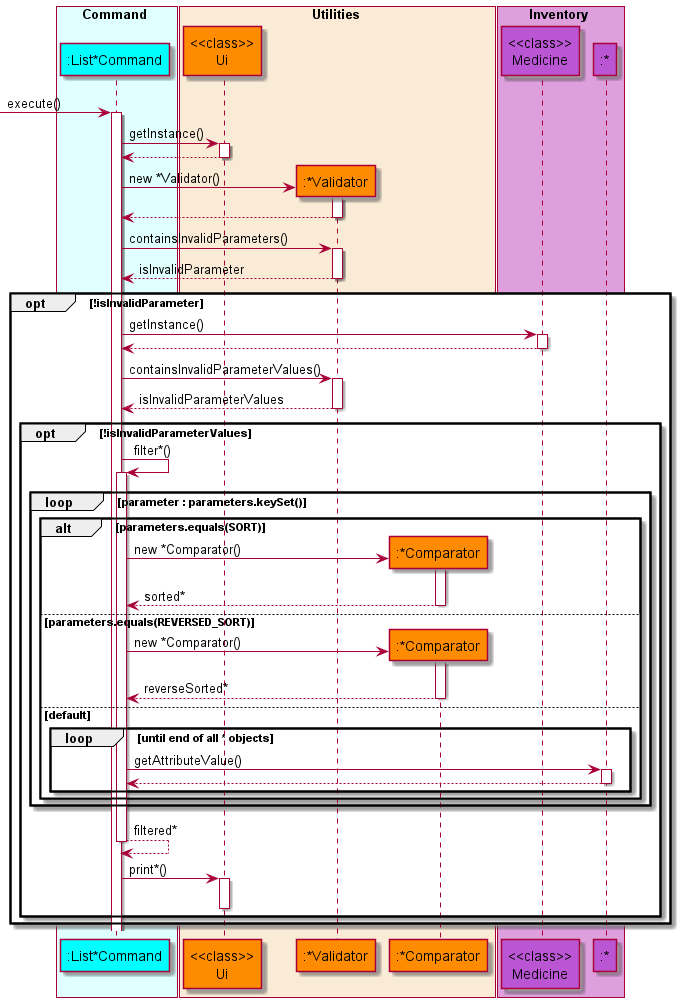
This is docs/diagrams/diagram_images/ListSequenceDiagram.png from nus-cs2113-AY2122S1/tp, a PlantUML export, as it was before one commit.
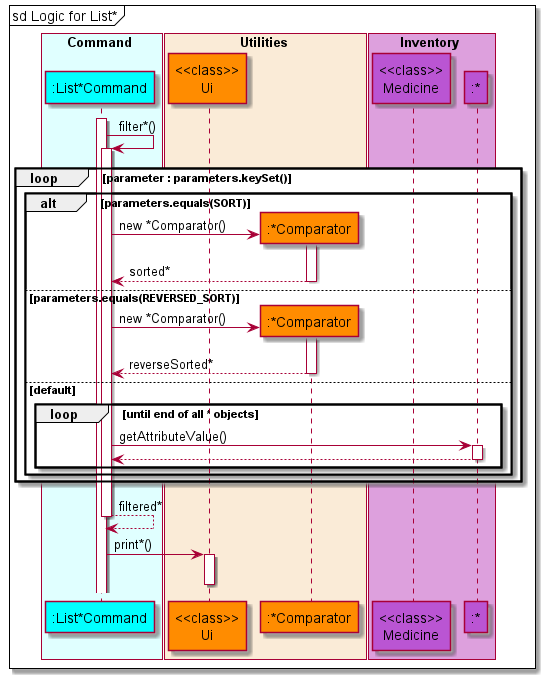
The same file after the commit.

Commit message:
Update sequence diagrams

What changed in the source:
```diff
@@ -8,7 +8,6 @@
 
 box Utilities COLOR_UTILITIES_BOX
     participant "<<class>>\nUi" as ui COLOR_UTILITIES
-    participant ":*Validator" as validator COLOR_UTILITIES
     participant ":*Comparator" as comparator COLOR_UTILITIES
 end box
 
@@ -19,54 +18,40 @@
 
 autoactivate on
 
--> list: execute()
-list -> ui : getInstance()
-list <-- ui
+mainFrame sd Logic for List*
 
-create validator
-list -> validator : new *Validator()
-list <-- validator
-list -> validator : containsInvalidParameters()
-list <-- validator : isInvalidParameter
+activate list
+list -> list : filter*()
 
-opt !isInvalidParameter
-    list -> medicine : getInstance()
-    list <-- medicine
-    list -> validator : containsInvalidParameterValues()
-    list <-- validator : isInvalidParameterValues
+loop parameter : parameters.keySet()
 
-    opt !isInvalidParameterValues
-        list -> list : filter*()
-
-        loop parameter : parameters.keySet()
-
-            alt parameters.equals(SORT)
-                create comparator
-                list -> comparator : new *Comparator()
-                list <-- comparator : sorted*
-                deactivate comparator
-            else parameters.equals(REVERSED_SORT)
-                create comparator
-                list -> comparator : new *Comparator()
-                list <-- comparator : reverseSorted*
-                deactivate comparator
-            else default
-                loop until end of all * objects
-                    list -> object : getAttributeValue()
-                    list <-- object
-                end
-
-            end
-
+    alt parameters.equals(SORT)
+        create comparator
+        list -> comparator : new *Comparator()
+        list <-- comparator : sorted*
+        deactivate comparator
+    else parameters.equals(REVERSED_SORT)
+        create comparator
+        list -> comparator : new *Comparator()
+        list <-- comparator : reverseSorted*
+        deactivate comparator
+    else default
+        loop until end of all * objects
+            list -> object : getAttributeValue()
+            list <-- object
         end
 
-        list --> list : filtered*
-
-        list -> ui : print*()
-        deactivate ui
     end
 
 end
 
+list --> list : filtered*
+
+list -> ui : print*()
+deactivate ui
+
+
+
+
 
 @enduml
```
